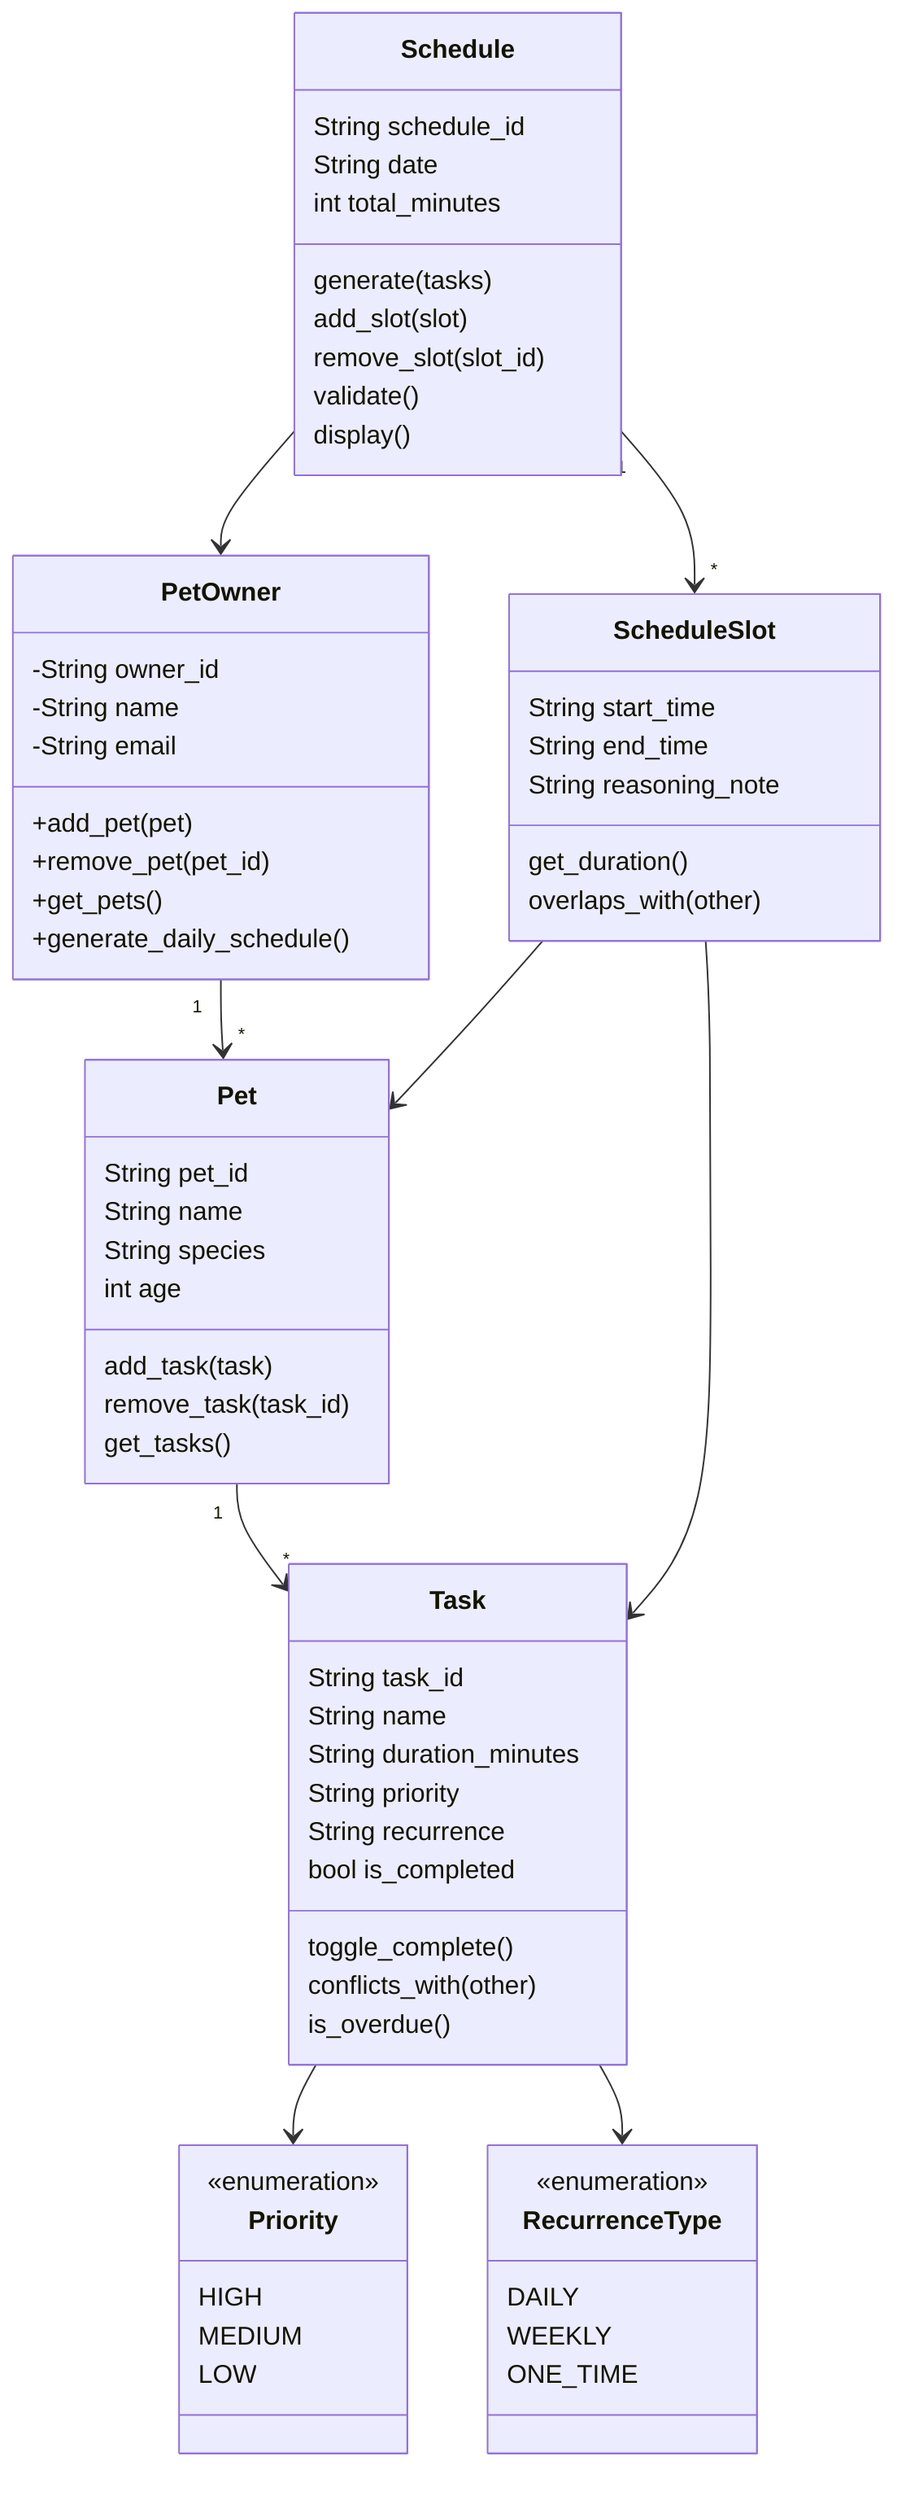
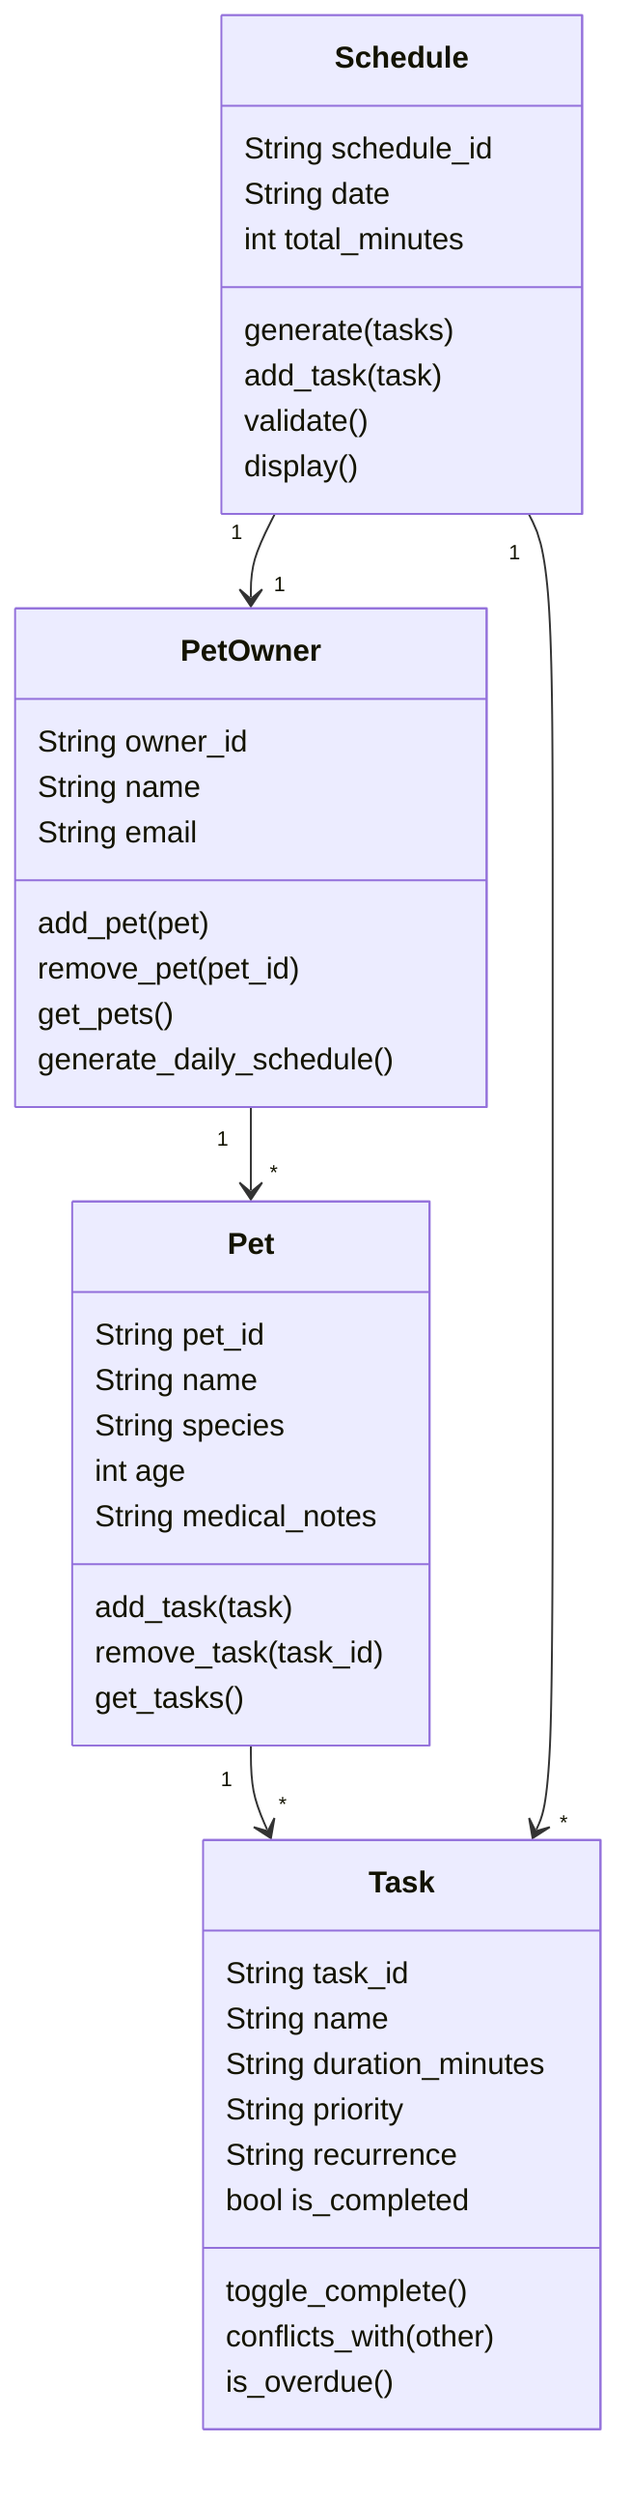
classDiagram
    %% PawPal Pet Care App - Class Diagram
    %% Core domain model for scheduling and managing pet care tasks
    class PetOwner {
-         -String owner_id
-         -String name
-         -String email
-         +add_pet(pet)
-         +remove_pet(pet_id)
-         +get_pets()
-         +generate_daily_schedule()
+         String owner_id
+         String name
+         String email
+         add_pet(pet)
+         remove_pet(pet_id)
+         get_pets()
+         generate_daily_schedule()
    }

    class Pet {
        String pet_id
        String name
        String species
        int age
+         String medical_notes
        add_task(task)
        remove_task(task_id)
        get_tasks()
    }

    class Task {
        String task_id
        String name
        String duration_minutes
        String priority
        String recurrence
        bool is_completed
        toggle_complete()
        conflicts_with(other)
        is_overdue()
    }

    class Schedule {
        String schedule_id
        String date
        int total_minutes
        generate(tasks)
-         add_slot(slot)
-         remove_slot(slot_id)
+         add_task(task)
        validate()
        display()
    }

-     class ScheduleSlot {
-         String start_time
-         String end_time
-         String reasoning_note
-         get_duration()
-         overlaps_with(other)
-     }
- 
-     class Priority {
-         <<enumeration>>
-         HIGH
-         MEDIUM
-         LOW
-     }
- 
-     class RecurrenceType {
-         <<enumeration>>
-         DAILY
-         WEEKLY
-         ONE_TIME
-     }
- 
    PetOwner "1" --> "*" Pet
    Pet "1" --> "*" Task
-     Task --> Priority
-     Task --> RecurrenceType
-     Schedule "1" --> "*" ScheduleSlot
-     Schedule --> PetOwner
-     ScheduleSlot --> Task
-     ScheduleSlot --> Pet
- 
+     Schedule "1" --> "1" PetOwner
+     Schedule "1" --> "*" Task
